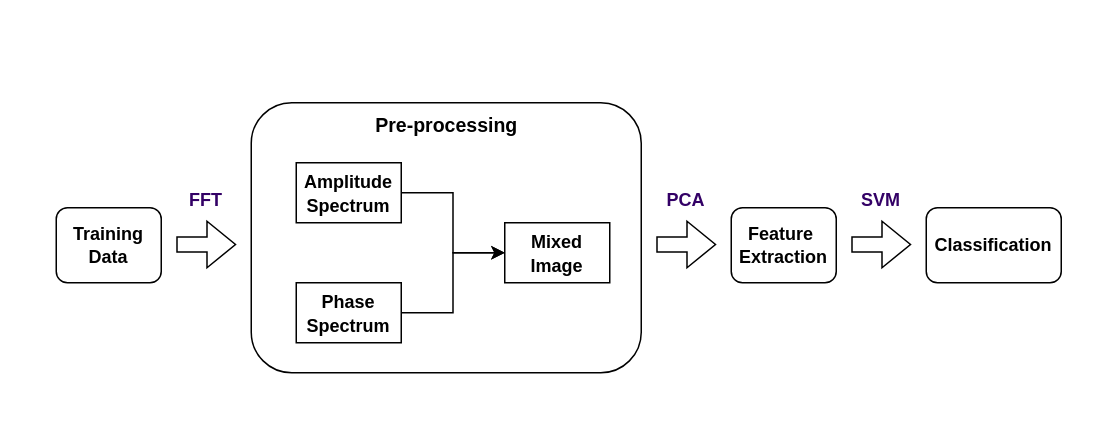
Earlier version of the draw.io diagram page "TP_model" (4 of 4) of git-static/diagram.drawio (LonelVino/CDN). Source tidied: cells renumbered, new cells numbered last; positions are measured from the earlier drawing's top-left corner, leaving out a move shared by most shapes. Both pictures are drawn from the tidied source at 150%, with x=0, y=0 at pixel (56, 102).
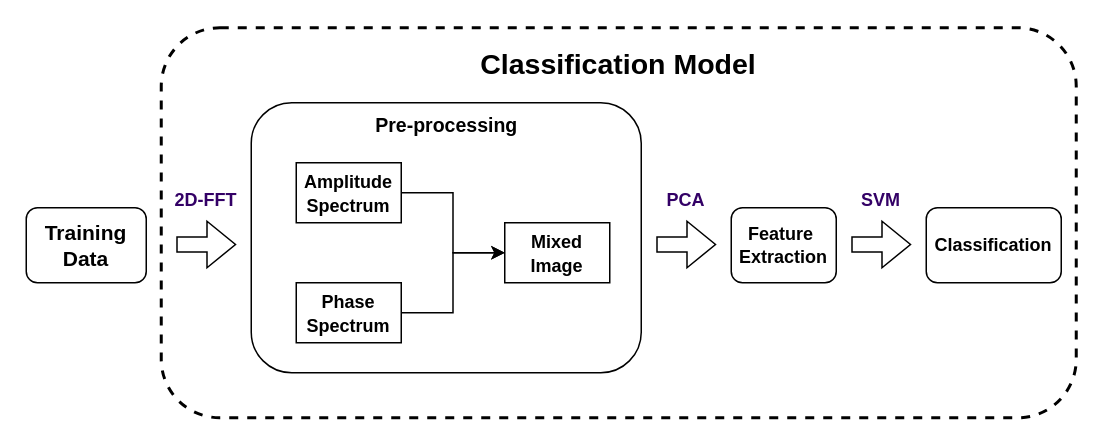
Above is the later version.

What changed in the source:
```diff
@@
-    <mxCell id="2" value="&lt;b&gt;Training &lt;br&gt;Data&lt;/b&gt;" style="rounded=1;whiteSpace=wrap;html=1;" parent="1" vertex="1">
-      <mxGeometry y="70" width="70" height="50" as="geometry" />
+    <mxCell id="2" value="&lt;b style=&quot;font-size: 14px&quot;&gt;Training &lt;br&gt;Data&lt;/b&gt;" style="rounded=1;whiteSpace=wrap;html=1;" parent="1" vertex="1">
+      <mxGeometry x="-20" y="70" width="80" height="50" as="geometry" />
     </mxCell>
@@
-    <mxCell id="5" value="&lt;b&gt;&lt;font color=&quot;#330066&quot;&gt;FFT&lt;/font&gt;&lt;/b&gt;" style="text;html=1;strokeColor=none;fillColor=none;align=center;verticalAlign=middle;whiteSpace=wrap;rounded=0;" parent="1" vertex="1">
+    <mxCell id="5" value="&lt;b&gt;&lt;font color=&quot;#330066&quot;&gt;2D-FFT&lt;/font&gt;&lt;/b&gt;" style="text;html=1;strokeColor=none;fillColor=none;align=center;verticalAlign=middle;whiteSpace=wrap;rounded=0;" parent="1" vertex="1">
       <mxGeometry x="70" y="50" width="60" height="30" as="geometry" />
     </mxCell>
@@
+    <mxCell id="18" style="rounded=1;whiteSpace=wrap;html=1;fontSize=12;fontColor=#000000;fillColor=none;dashed=1;strokeWidth=2;" parent="1" vertex="1">
+      <mxGeometry x="70" y="-50" width="610" height="260" as="geometry" />
+    </mxCell>
+    <mxCell id="19" value="&lt;font&gt;&lt;font&gt;&lt;font&gt;&lt;font&gt;&lt;font&gt;&lt;font&gt;&lt;font style=&quot;font-size: 19px&quot;&gt;&lt;b&gt;Classification Model&lt;/b&gt;&lt;/font&gt;&lt;/font&gt;&lt;/font&gt;&lt;/font&gt;&lt;/font&gt;&lt;/font&gt;&lt;/font&gt;" style="text;html=1;strokeColor=none;fillColor=none;align=center;verticalAlign=middle;whiteSpace=wrap;rounded=0;dashed=1;fontSize=12;fontColor=#000000;" parent="1" vertex="1">
+      <mxGeometry x="260" y="-30" width="230" height="10" as="geometry" />
+    </mxCell>
```
